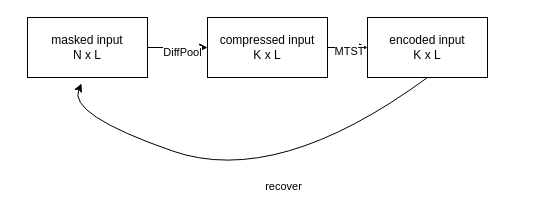
The draw.io diagram reconstructor.drawio in willtryagain/spin, before the edit. Source tidied: cells renumbered, new cells numbered last; positions are measured from the earlier drawing's top-left corner, leaving out a move shared by most shapes. Both pictures are drawn from the tidied source at 100%, with x=0, y=0 at pixel (27, 17).
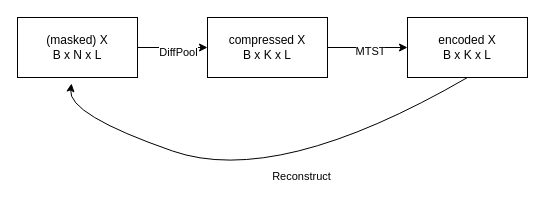
After the change.

Diff of the diagram source:
```diff
@@
 <mxGraphModel>
   <root>
     <mxCell id="0" />
     <mxCell id="1" parent="0" />
-    <mxCell id="2" value="masked input&lt;br&gt;N x L" style="rounded=0;whiteSpace=wrap;html=1;" parent="1" vertex="1">
-      <mxGeometry width="120" height="60" as="geometry" />
+    <mxCell id="2" value="(masked) X&lt;br&gt;B x N x L" style="rounded=0;whiteSpace=wrap;html=1;" parent="1" vertex="1">
+      <mxGeometry x="-10" width="120" height="60" as="geometry" />
     </mxCell>
-    <mxCell id="3" value="compressed input&lt;br&gt;K x L" style="rounded=0;whiteSpace=wrap;html=1;" parent="1" vertex="1">
+    <mxCell id="3" value="compressed X&lt;br&gt;B x K x L" style="rounded=0;whiteSpace=wrap;html=1;" parent="1" vertex="1">
       <mxGeometry x="180" width="120" height="60" as="geometry" />
     </mxCell>
     <mxCell id="4" style="endArrow=classic;html=1;rounded=0;exitX=1;exitY=0.5;exitDx=0;exitDy=0;" parent="1" edge="1" source="2" target="3">
       <mxGeometry relative="1" as="geometry" />
     </mxCell>
     <mxCell id="5" value="DiffPool" style="edgeLabel;html=1;align=center;verticalAlign=middle;" parent="4" vertex="1">
       <mxGeometry x="0.13" y="-4" relative="1" as="geometry" />
     </mxCell>
-    <mxCell id="6" value="encoded input&lt;br&gt;K x L" style="rounded=0;whiteSpace=wrap;html=1;" parent="1" vertex="1">
-      <mxGeometry x="340" width="120" height="60" as="geometry" />
+    <mxCell id="6" value="encoded X&lt;br&gt;B x K x L" style="rounded=0;whiteSpace=wrap;html=1;" parent="1" vertex="1">
+      <mxGeometry x="380" width="120" height="60" as="geometry" />
     </mxCell>
     <mxCell id="7" style="endArrow=classic;html=1;rounded=0;exitX=1;exitY=0.5;exitDx=0;exitDy=0;" parent="1" edge="1" source="3" target="6">
       <mxGeometry relative="1" as="geometry" />
     </mxCell>
     <mxCell id="8" value="MTST" style="edgeLabel;html=1;align=center;verticalAlign=middle;" parent="7" vertex="1">
       <mxGeometry x="0.05" y="-3" relative="1" as="geometry" />
     </mxCell>
     <mxCell id="9" style="curved=1;endArrow=classic;html=1;rounded=0;exitX=0.5;exitY=1;exitDx=0;exitDy=0;entryX=0.45;entryY=1.1;entryDx=0;entryDy=0;entryPerimeter=0;" parent="1" edge="1" source="6" target="2">
       <mxGeometry relative="1" as="geometry">
         <Array as="points">
           <mxPoint x="250" y="170" />
           <mxPoint x="40" y="97" />
         </Array>
       </mxGeometry>
     </mxCell>
-    <mxCell id="10" value="recover" style="edgeLabel;html=1;align=center;verticalAlign=middle;" parent="9" vertex="1">
+    <mxCell id="10" value="Reconstruct" style="edgeLabel;html=1;align=center;verticalAlign=middle;" parent="9" vertex="1">
       <mxGeometry x="-0.18" y="2" relative="1" as="geometry" />
     </mxCell>
   </root>
 </mxGraphModel>
```
